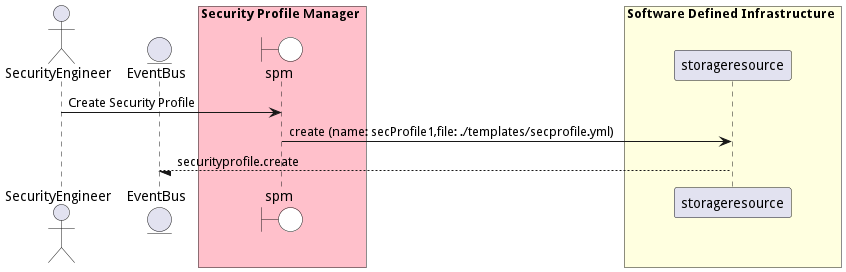
madajaju/edgemere keeps this PlantUML diagram as docs/edgemere/sa/spm/usecases/managesecurityprofiles/CreateSecurityProfile.png. Above is the earlier version.
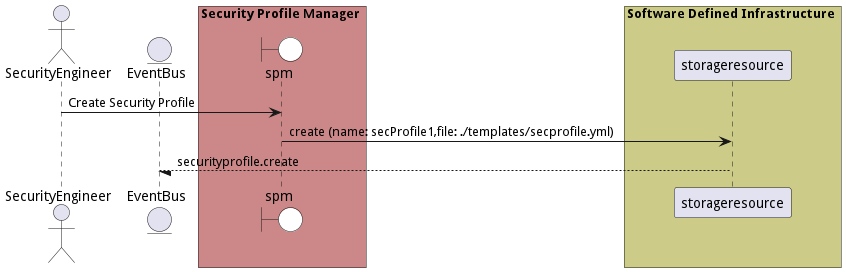
After the commit.

Change to the diagram source:
```diff
@@ -5,12 +5,12 @@
 
 entity EventBus
 
-box Security Profile Manager #pink
+box Security Profile Manager #cc8888
     boundary spm #white
 end box
 
 
-box Software Defined Infrastructure #lightyellow
+box Software Defined Infrastructure #cccc88
             participant storageresource
     end box
 
```
